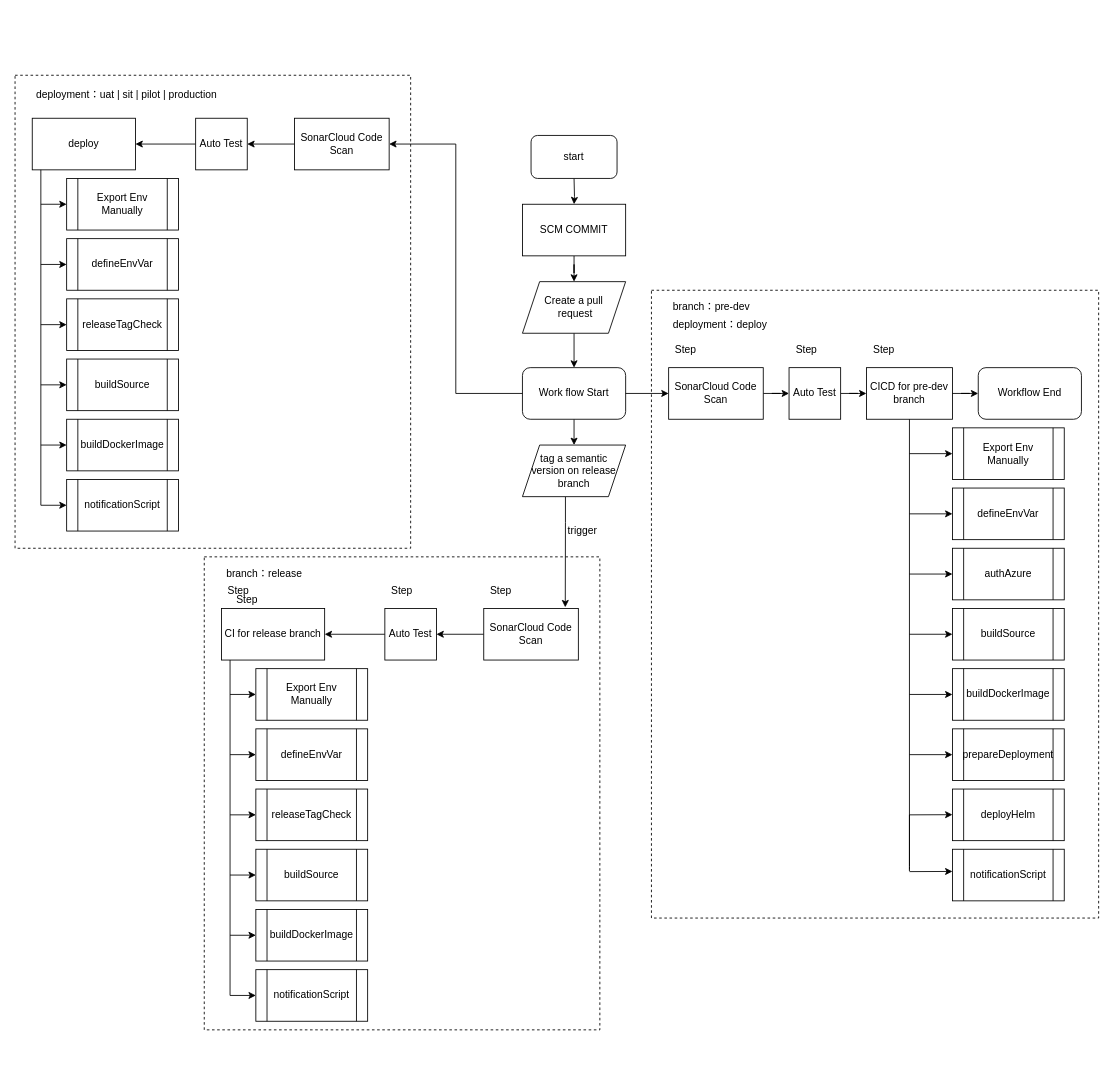
Above: Untitled Diagram.drawio in tinson28/devops-web (draw.io), before the change. Source tidied: cells renumbered, new cells numbered last; positions are measured from the earlier drawing's top-left corner, leaving out a move shared by most shapes. Both pictures are drawn from the tidied source at 86%, with x=0, y=0 at pixel (15, 75).
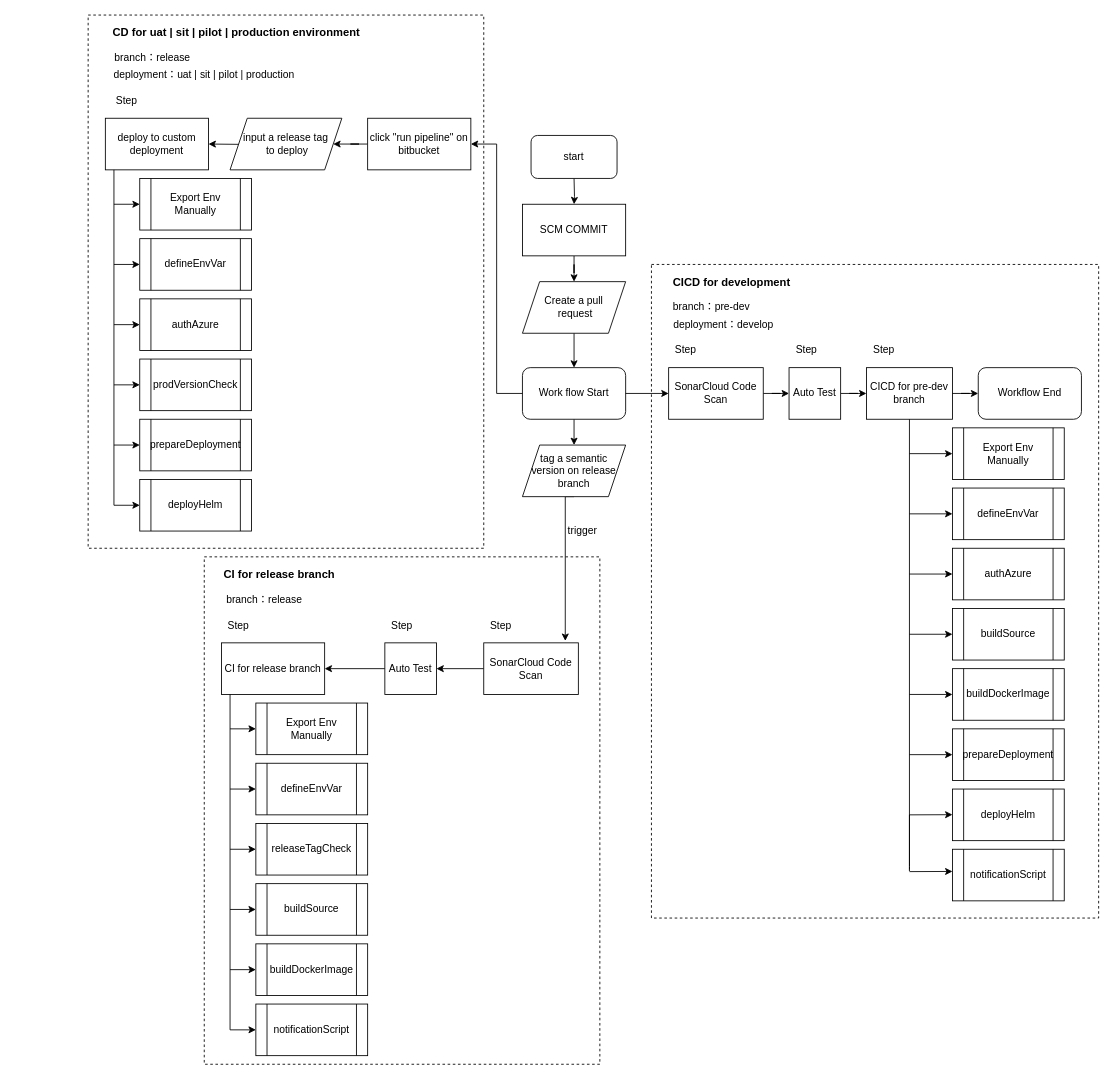
The same diagram, later.

Unchanged cells that the change refers to:
```xml
<mxCell id="11" value="Work flow Start" style="rounded=1;whiteSpace=wrap;html=1;" parent="1" vertex="1">
  <mxGeometry x="590" y="340" width="120" height="60" as="geometry" />
</mxCell>
<mxCell id="32" value="tag a semantic version on release branch" style="shape=parallelogram;perimeter=parallelogramPerimeter;whiteSpace=wrap;html=1;fixedSize=1;" parent="1" vertex="1">
  <mxGeometry x="590" y="430" width="120" height="60" as="geometry" />
</mxCell>
```

Change to the diagram source:
```diff
@@
     <mxCell id="2" style="rounded=0;whiteSpace=wrap;html=1;dashed=1;fillColor=none;" parent="1" vertex="1">
-      <mxGeometry x="740" y="250" width="520" height="730" as="geometry" />
+      <mxGeometry x="740" y="220" width="520" height="760" as="geometry" />
     </mxCell>
     <mxCell id="3" style="rounded=0;whiteSpace=wrap;html=1;dashed=1;fillColor=none;" parent="1" vertex="1">
-      <mxGeometry x="220" y="560" width="460" height="550" as="geometry" />
+      <mxGeometry x="220" y="560" width="460" height="590" as="geometry" />
     </mxCell>
@@
-    <mxCell id="30" style="edgeStyle=orthogonalEdgeStyle;rounded=0;orthogonalLoop=1;jettySize=auto;html=1;exitX=0.25;exitY=1;exitDx=0;exitDy=0;entryX=0.68;entryY=-0.022;entryDx=0;entryDy=0;entryPerimeter=0;" parent="1" edge="1">
+    <mxCell id="30" style="edgeStyle=orthogonalEdgeStyle;rounded=0;jettySize=auto;html=1;exitX=0.5;exitY=1;exitDx=0;exitDy=0;entryX=0.68;entryY=-0.022;entryDx=0;entryDy=0;entryPerimeter=0;" parent="1" edge="1" source="32">
       <mxGeometry relative="1" as="geometry">
-        <mxPoint x="640" y="490" as="sourcePoint" />
-        <mxPoint x="639.8" y="618.7" as="targetPoint" />
+        <mxPoint x="639.8" y="657.7" as="targetPoint" />
         <Array as="points">
-          <mxPoint x="640" y="520" />
-          <mxPoint x="640" y="520" />
+          <mxPoint x="640" y="490" />
         </Array>
       </mxGeometry>
     </mxCell>
-    <mxCell id="31" style="edgeStyle=orthogonalEdgeStyle;rounded=0;jettySize=auto;html=1;entryX=1;entryY=0.5;entryDx=0;entryDy=0;exitX=0;exitY=0.5;exitDx=0;exitDy=0;" parent="1" edge="1" source="11" target="82">
-      <mxGeometry relative="1" as="geometry" />
+    <mxCell id="31" style="edgeStyle=orthogonalEdgeStyle;rounded=0;jettySize=auto;html=1;exitX=0;exitY=0.5;exitDx=0;exitDy=0;entryX=1;entryY=0.5;entryDx=0;entryDy=0;" parent="1" edge="1" source="11" target="91">
+      <mxGeometry relative="1" as="geometry">
+        <Array as="points">
+          <mxPoint x="560" y="370" />
+          <mxPoint x="560" y="80" />
+        </Array>
+      </mxGeometry>
     </mxCell>
@@
-    <mxCell id="40" value="deployment：deploy" style="text;html=1;strokeColor=none;fillColor=none;align=center;verticalAlign=middle;whiteSpace=wrap;rounded=0;dashed=1;" parent="1" vertex="1">
-      <mxGeometry x="760" y="280" width="120" height="20" as="geometry" />
+    <mxCell id="40" value="deployment：develop" style="text;html=1;strokeColor=none;fillColor=none;align=center;verticalAlign=middle;whiteSpace=wrap;rounded=0;dashed=1;" parent="1" vertex="1">
+      <mxGeometry x="764" y="280" width="120" height="20" as="geometry" />
     </mxCell>
@@
     <mxCell id="43" value="CI for release branch" style="whiteSpace=wrap;html=1;" parent="1" vertex="1">
-      <mxGeometry x="240" y="620" width="120" height="60" as="geometry" />
+      <mxGeometry x="240" y="660" width="120" height="60" as="geometry" />
     </mxCell>
     <mxCell id="44" style="endArrow=none;html=1;entryX=0.5;entryY=1;entryDx=0;entryDy=0;" parent="1" edge="1">
       <mxGeometry relative="1" as="geometry">
-        <mxPoint x="250" y="1070" as="sourcePoint" />
-        <mxPoint x="250" y="680" as="targetPoint" />
+        <mxPoint x="250" y="1110" as="sourcePoint" />
+        <mxPoint x="250" y="720" as="targetPoint" />
       </mxGeometry>
     </mxCell>
     <mxCell id="45" style="endArrow=classic;html=1;entryX=0;entryY=0.5;entryDx=0;entryDy=0;" parent="1" edge="1" target="48">
       <mxGeometry relative="1" as="geometry">
-        <mxPoint x="250" y="720" as="sourcePoint" />
+        <mxPoint x="250" y="760" as="sourcePoint" />
       </mxGeometry>
     </mxCell>
     <mxCell id="46" style="endArrow=classic;html=1;entryX=0;entryY=0.5;entryDx=0;entryDy=0;" parent="1" edge="1" target="49">
       <mxGeometry relative="1" as="geometry">
-        <mxPoint x="250" y="790" as="sourcePoint" />
+        <mxPoint x="250" y="830" as="sourcePoint" />
       </mxGeometry>
     </mxCell>
     <mxCell id="47" style="endArrow=classic;html=1;entryX=0;entryY=0.5;entryDx=0;entryDy=0;entryPerimeter=0;" parent="1" edge="1" target="50">
       <mxGeometry relative="1" as="geometry">
-        <mxPoint x="250" y="860" as="sourcePoint" />
+        <mxPoint x="250" y="900" as="sourcePoint" />
       </mxGeometry>
     </mxCell>
     <mxCell id="48" value="Export Env Manually" style="shape=process;whiteSpace=wrap;html=1;backgroundOutline=1;" parent="1" vertex="1">
-      <mxGeometry x="280" y="690" width="130" height="60" as="geometry" />
+      <mxGeometry x="280" y="730" width="130" height="60" as="geometry" />
     </mxCell>
     <mxCell id="49" value="defineEnvVar" style="shape=process;whiteSpace=wrap;html=1;backgroundOutline=1;" parent="1" vertex="1">
-      <mxGeometry x="280" y="760" width="130" height="60" as="geometry" />
+      <mxGeometry x="280" y="800" width="130" height="60" as="geometry" />
     </mxCell>
     <mxCell id="50" value="releaseTagCheck" style="shape=process;whiteSpace=wrap;html=1;backgroundOutline=1;" parent="1" vertex="1">
-      <mxGeometry x="280" y="830" width="130" height="60" as="geometry" />
+      <mxGeometry x="280" y="870" width="130" height="60" as="geometry" />
     </mxCell>
     <mxCell id="51" style="endArrow=classic;html=1;entryX=0;entryY=0.5;entryDx=0;entryDy=0;" parent="1" edge="1" target="52">
       <mxGeometry relative="1" as="geometry">
-        <mxPoint x="250" y="930" as="sourcePoint" />
+        <mxPoint x="250" y="970" as="sourcePoint" />
       </mxGeometry>
     </mxCell>
     <mxCell id="52" value="buildSource" style="shape=process;whiteSpace=wrap;html=1;backgroundOutline=1;" parent="1" vertex="1">
-      <mxGeometry x="280" y="900" width="130" height="60" as="geometry" />
+      <mxGeometry x="280" y="940" width="130" height="60" as="geometry" />
     </mxCell>
     <mxCell id="53" value="buildDockerImage" style="shape=process;whiteSpace=wrap;html=1;backgroundOutline=1;" parent="1" vertex="1">
-      <mxGeometry x="280" y="970" width="130" height="60" as="geometry" />
+      <mxGeometry x="280" y="1010" width="130" height="60" as="geometry" />
     </mxCell>
     <mxCell id="54" style="endArrow=classic;html=1;" parent="1" edge="1">
       <mxGeometry relative="1" as="geometry">
-        <mxPoint x="250" y="1000" as="sourcePoint" />
-        <mxPoint x="280" y="1000" as="targetPoint" />
+        <mxPoint x="250" y="1040" as="sourcePoint" />
+        <mxPoint x="280" y="1040" as="targetPoint" />
       </mxGeometry>
     </mxCell>
     <mxCell id="55" style="endArrow=classic;html=1;entryX=0;entryY=0.5;entryDx=0;entryDy=0;" parent="1" edge="1" target="56">
       <mxGeometry relative="1" as="geometry">
-        <mxPoint x="250" y="1070" as="sourcePoint" />
+        <mxPoint x="250" y="1110" as="sourcePoint" />
       </mxGeometry>
     </mxCell>
     <mxCell id="56" value="notificationScript" style="shape=process;whiteSpace=wrap;html=1;backgroundOutline=1;" parent="1" vertex="1">
-      <mxGeometry x="280" y="1040" width="130" height="60" as="geometry" />
+      <mxGeometry x="280" y="1080" width="130" height="60" as="geometry" />
     </mxCell>
     <mxCell id="57" value="branch：release" style="text;html=1;strokeColor=none;fillColor=none;align=center;verticalAlign=middle;whiteSpace=wrap;rounded=0;dashed=1;" parent="1" vertex="1">
-      <mxGeometry x="230" y="570" width="120" height="20" as="geometry" />
+      <mxGeometry x="230" y="600" width="120" height="20" as="geometry" />
     </mxCell>
     <mxCell id="58" value="deployment：uat | sit | pilot | production" style="text;html=1;strokeColor=none;fillColor=none;align=center;verticalAlign=middle;whiteSpace=wrap;rounded=0;dashed=1;" parent="1" vertex="1">
-      <mxGeometry x="20" y="13" width="220" height="20" as="geometry" />
+      <mxGeometry x="110" y="-10" width="220" height="20" as="geometry" />
     </mxCell>
@@
     <mxCell id="63" value="&lt;span&gt;SonarCloud Code Scan&lt;/span&gt;" style="rounded=0;whiteSpace=wrap;html=1;" parent="1" vertex="1">
-      <mxGeometry x="545" y="620" width="110" height="60" as="geometry" />
+      <mxGeometry x="545" y="660" width="110" height="60" as="geometry" />
     </mxCell>
@@
     <mxCell id="65" value="Auto Test" style="whiteSpace=wrap;html=1;rounded=0;direction=south;" parent="1" vertex="1">
-      <mxGeometry x="430" y="620" width="60" height="60" as="geometry" />
+      <mxGeometry x="430" y="660" width="60" height="60" as="geometry" />
     </mxCell>
     <mxCell id="66" style="rounded=0;whiteSpace=wrap;html=1;dashed=1;fillColor=none;" parent="1" vertex="1">
-      <mxGeometry width="460" height="550" as="geometry" />
+      <mxGeometry x="85" y="-70" width="460" height="620" as="geometry" />
     </mxCell>
-    <mxCell id="67" value="deploy" style="whiteSpace=wrap;html=1;" parent="1" vertex="1">
-      <mxGeometry x="20" y="50" width="120" height="60" as="geometry" />
+    <mxCell id="67" value="deploy to custom deployment" style="whiteSpace=wrap;html=1;" parent="1" vertex="1">
+      <mxGeometry x="105" y="50" width="120" height="60" as="geometry" />
     </mxCell>
     <mxCell id="68" style="endArrow=none;html=1;entryX=0.5;entryY=1;entryDx=0;entryDy=0;" parent="1" edge="1">
       <mxGeometry relative="1" as="geometry">
-        <mxPoint x="30" y="500" as="sourcePoint" />
-        <mxPoint x="30" y="110" as="targetPoint" />
+        <mxPoint x="115" y="500" as="sourcePoint" />
+        <mxPoint x="115" y="110" as="targetPoint" />
       </mxGeometry>
     </mxCell>
     <mxCell id="69" style="endArrow=classic;html=1;entryX=0;entryY=0.5;entryDx=0;entryDy=0;" parent="1" edge="1" target="72">
       <mxGeometry relative="1" as="geometry">
-        <mxPoint x="30" y="150" as="sourcePoint" />
+        <mxPoint x="115" y="150" as="sourcePoint" />
       </mxGeometry>
     </mxCell>
     <mxCell id="70" style="endArrow=classic;html=1;entryX=0;entryY=0.5;entryDx=0;entryDy=0;" parent="1" edge="1" target="73">
       <mxGeometry relative="1" as="geometry">
-        <mxPoint x="30" y="220" as="sourcePoint" />
+        <mxPoint x="115" y="220" as="sourcePoint" />
       </mxGeometry>
     </mxCell>
     <mxCell id="71" style="endArrow=classic;html=1;entryX=0;entryY=0.5;entryDx=0;entryDy=0;entryPerimeter=0;" parent="1" edge="1" target="74">
       <mxGeometry relative="1" as="geometry">
-        <mxPoint x="30" y="290" as="sourcePoint" />
+        <mxPoint x="115" y="290" as="sourcePoint" />
       </mxGeometry>
     </mxCell>
     <mxCell id="72" value="Export Env Manually" style="shape=process;whiteSpace=wrap;html=1;backgroundOutline=1;" parent="1" vertex="1">
-      <mxGeometry x="60" y="120" width="130" height="60" as="geometry" />
+      <mxGeometry x="145" y="120" width="130" height="60" as="geometry" />
     </mxCell>
     <mxCell id="73" value="defineEnvVar" style="shape=process;whiteSpace=wrap;html=1;backgroundOutline=1;" parent="1" vertex="1">
-      <mxGeometry x="60" y="190" width="130" height="60" as="geometry" />
+      <mxGeometry x="145" y="190" width="130" height="60" as="geometry" />
     </mxCell>
-    <mxCell id="74" value="releaseTagCheck" style="shape=process;whiteSpace=wrap;html=1;backgroundOutline=1;" parent="1" vertex="1">
-      <mxGeometry x="60" y="260" width="130" height="60" as="geometry" />
+    <mxCell id="74" value="authAzure" style="shape=process;whiteSpace=wrap;html=1;backgroundOutline=1;" parent="1" vertex="1">
+      <mxGeometry x="145" y="260" width="130" height="60" as="geometry" />
     </mxCell>
     <mxCell id="75" style="endArrow=classic;html=1;entryX=0;entryY=0.5;entryDx=0;entryDy=0;" parent="1" edge="1" target="76">
       <mxGeometry relative="1" as="geometry">
-        <mxPoint x="30" y="360" as="sourcePoint" />
+        <mxPoint x="115" y="360" as="sourcePoint" />
       </mxGeometry>
     </mxCell>
-    <mxCell id="76" value="buildSource" style="shape=process;whiteSpace=wrap;html=1;backgroundOutline=1;" parent="1" vertex="1">
-      <mxGeometry x="60" y="330" width="130" height="60" as="geometry" />
+    <mxCell id="76" value="prodVersionCheck" style="shape=process;whiteSpace=wrap;html=1;backgroundOutline=1;" parent="1" vertex="1">
+      <mxGeometry x="145" y="330" width="130" height="60" as="geometry" />
     </mxCell>
-    <mxCell id="77" value="buildDockerImage" style="shape=process;whiteSpace=wrap;html=1;backgroundOutline=1;" parent="1" vertex="1">
-      <mxGeometry x="60" y="400" width="130" height="60" as="geometry" />
+    <mxCell id="77" value="prepareDeployment" style="shape=process;whiteSpace=wrap;html=1;backgroundOutline=1;" parent="1" vertex="1">
+      <mxGeometry x="145" y="400" width="130" height="60" as="geometry" />
     </mxCell>
     <mxCell id="78" style="endArrow=classic;html=1;" parent="1" edge="1">
       <mxGeometry relative="1" as="geometry">
-        <mxPoint x="30" y="430" as="sourcePoint" />
-        <mxPoint x="60" y="430" as="targetPoint" />
+        <mxPoint x="115" y="430" as="sourcePoint" />
+        <mxPoint x="145" y="430" as="targetPoint" />
       </mxGeometry>
     </mxCell>
     <mxCell id="79" style="endArrow=classic;html=1;entryX=0;entryY=0.5;entryDx=0;entryDy=0;" parent="1" edge="1" target="80">
       <mxGeometry relative="1" as="geometry">
-        <mxPoint x="30" y="500" as="sourcePoint" />
+        <mxPoint x="115" y="500" as="sourcePoint" />
       </mxGeometry>
     </mxCell>
-    <mxCell id="80" value="notificationScript" style="shape=process;whiteSpace=wrap;html=1;backgroundOutline=1;" parent="1" vertex="1">
-      <mxGeometry x="60" y="470" width="130" height="60" as="geometry" />
+    <mxCell id="80" value="deployHelm" style="shape=process;whiteSpace=wrap;html=1;backgroundOutline=1;" parent="1" vertex="1">
+      <mxGeometry x="145" y="470" width="130" height="60" as="geometry" />
     </mxCell>
-    <mxCell id="81" style="edgeStyle=orthogonalEdgeStyle;rounded=0;jettySize=auto;html=1;" parent="1" edge="1" source="82" target="84">
-      <mxGeometry relative="1" as="geometry" />
+    <mxCell id="81" style="edgeStyle=orthogonalEdgeStyle;rounded=0;jettySize=auto;html=1;entryX=1;entryY=0.5;entryDx=0;entryDy=0;" parent="1" edge="1" target="67">
+      <mxGeometry relative="1" as="geometry">
+        <mxPoint x="325" y="80" as="sourcePoint" />
+      </mxGeometry>
     </mxCell>
-    <mxCell id="82" value="&lt;span&gt;SonarCloud Code Scan&lt;/span&gt;" style="rounded=0;whiteSpace=wrap;html=1;" parent="1" vertex="1">
-      <mxGeometry x="325" y="50" width="110" height="60" as="geometry" />
-    </mxCell>
-    <mxCell id="83" style="edgeStyle=orthogonalEdgeStyle;rounded=0;jettySize=auto;html=1;exitX=0.5;exitY=1;exitDx=0;exitDy=0;entryX=1;entryY=0.5;entryDx=0;entryDy=0;" parent="1" edge="1" source="84" target="67">
-      <mxGeometry relative="1" as="geometry" />
-    </mxCell>
-    <mxCell id="84" value="Auto Test" style="whiteSpace=wrap;html=1;rounded=0;direction=south;" parent="1" vertex="1">
-      <mxGeometry x="210" y="50" width="60" height="60" as="geometry" />
-    </mxCell>
     <mxCell id="85" value="Step" style="text;html=1;strokeColor=none;fillColor=none;align=center;verticalAlign=middle;whiteSpace=wrap;rounded=0;" parent="1" vertex="1">
-      <mxGeometry x="545" y="590" width="40" height="20" as="geometry" />
+      <mxGeometry x="545" y="630" width="40" height="20" as="geometry" />
     </mxCell>
     <mxCell id="86" value="Step" style="text;html=1;strokeColor=none;fillColor=none;align=center;verticalAlign=middle;whiteSpace=wrap;rounded=0;" parent="1" vertex="1">
-      <mxGeometry x="430" y="590" width="40" height="20" as="geometry" />
+      <mxGeometry x="430" y="630" width="40" height="20" as="geometry" />
     </mxCell>
     <mxCell id="87" value="Step" style="text;html=1;strokeColor=none;fillColor=none;align=center;verticalAlign=middle;whiteSpace=wrap;rounded=0;" parent="1" vertex="1">
-      <mxGeometry x="240" y="590" width="40" height="20" as="geometry" />
+      <mxGeometry x="240" y="630" width="40" height="20" as="geometry" />
     </mxCell>
     <mxCell id="88" value="Step" style="text;html=1;strokeColor=none;fillColor=none;align=center;verticalAlign=middle;whiteSpace=wrap;rounded=0;" parent="1" vertex="1">
-      <mxGeometry x="250" y="600" width="40" height="20" as="geometry" />
+      <mxGeometry x="110" y="20" width="40" height="20" as="geometry" />
     </mxCell>
+    <mxCell id="89" value="input a release tag&lt;br&gt;&amp;nbsp;to deploy" style="shape=parallelogram;perimeter=parallelogramPerimeter;whiteSpace=wrap;html=1;fixedSize=1;" parent="1" vertex="1">
+      <mxGeometry x="250" y="50" width="130" height="60" as="geometry" />
+    </mxCell>
+    <mxCell id="90" style="edgeStyle=orthogonalEdgeStyle;rounded=0;jettySize=auto;html=1;" parent="1" edge="1" source="91" target="89">
+      <mxGeometry relative="1" as="geometry" />
+    </mxCell>
+    <mxCell id="91" value="click &quot;run pipeline&quot; on bitbucket" style="whiteSpace=wrap;html=1;" parent="1" vertex="1">
+      <mxGeometry x="410" y="50" width="120" height="60" as="geometry" />
+    </mxCell>
+    <mxCell id="92" value="&lt;b&gt;&lt;font style=&quot;font-size: 13px&quot;&gt;CICD for development&lt;/font&gt;&lt;/b&gt;" style="text;html=1;strokeColor=none;fillColor=none;align=center;verticalAlign=middle;whiteSpace=wrap;rounded=0;dashed=1;" parent="1" vertex="1">
+      <mxGeometry x="755.5" y="230" width="154.5" height="20" as="geometry" />
+    </mxCell>
+    <mxCell id="93" value="&lt;b&gt;&lt;font style=&quot;font-size: 13px&quot;&gt;CI for release branch&lt;/font&gt;&lt;/b&gt;" style="text;html=1;strokeColor=none;fillColor=none;align=center;verticalAlign=middle;whiteSpace=wrap;rounded=0;dashed=1;" parent="1" vertex="1">
+      <mxGeometry x="230" y="570" width="154.5" height="20" as="geometry" />
+    </mxCell>
+    <mxCell id="94" value="&lt;b&gt;&lt;font style=&quot;font-size: 13px&quot;&gt;CD for uat | sit | pilot | production environment&lt;/font&gt;&lt;/b&gt;" style="text;html=1;strokeColor=none;fillColor=none;align=center;verticalAlign=middle;whiteSpace=wrap;rounded=0;dashed=1;" parent="1" vertex="1">
+      <mxGeometry x="105" y="-60" width="305" height="20" as="geometry" />
+    </mxCell>
+    <mxCell id="95" value="branch：release" style="text;html=1;strokeColor=none;fillColor=none;align=center;verticalAlign=middle;whiteSpace=wrap;rounded=0;dashed=1;" parent="1" vertex="1">
+      <mxGeometry x="100" y="-30" width="120" height="20" as="geometry" />
+    </mxCell>
```
